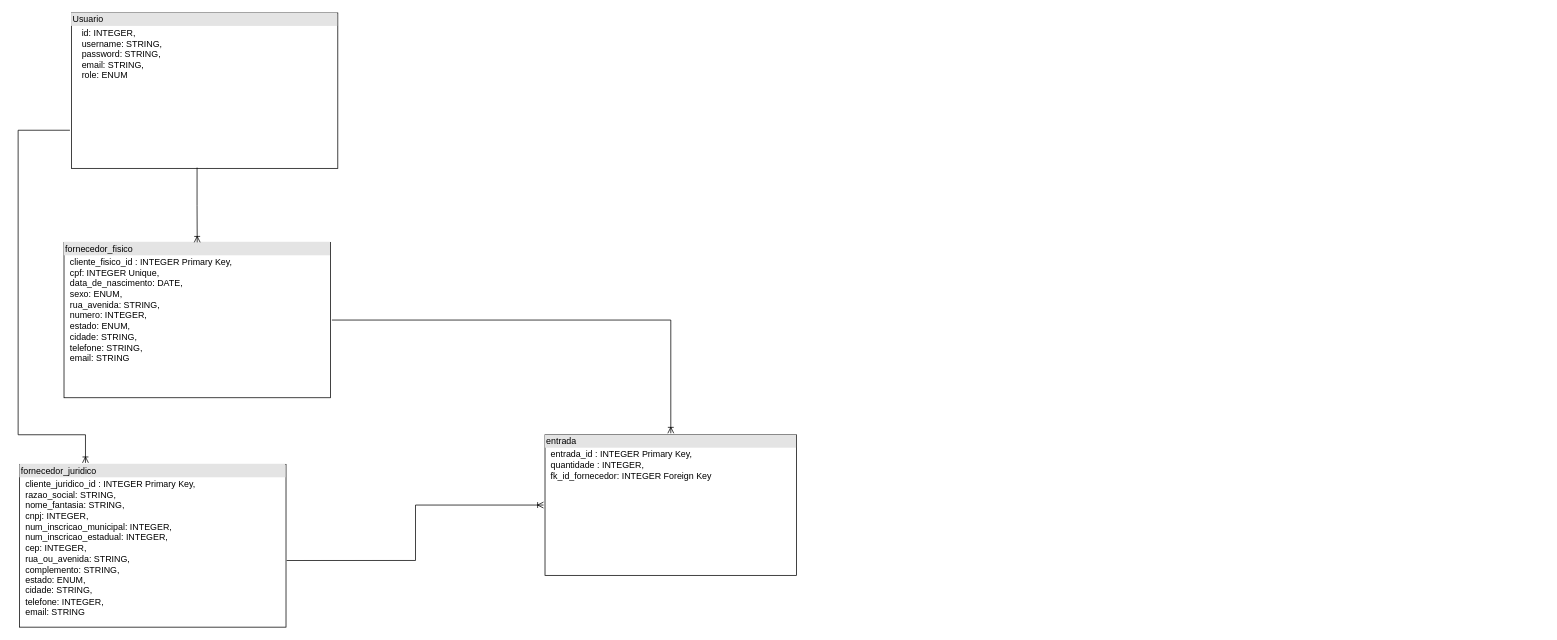
This is db.drawio.xml from Heartless-Caesar/Project_1, a draw.io file, before an edit. Source tidied: cells renumbered, new cells numbered last; positions are measured from the earlier drawing's top-left corner, leaving out a move shared by most shapes. Both pictures are drawn from the tidied source at 74%, with x=0, y=0 at pixel (18, 13).
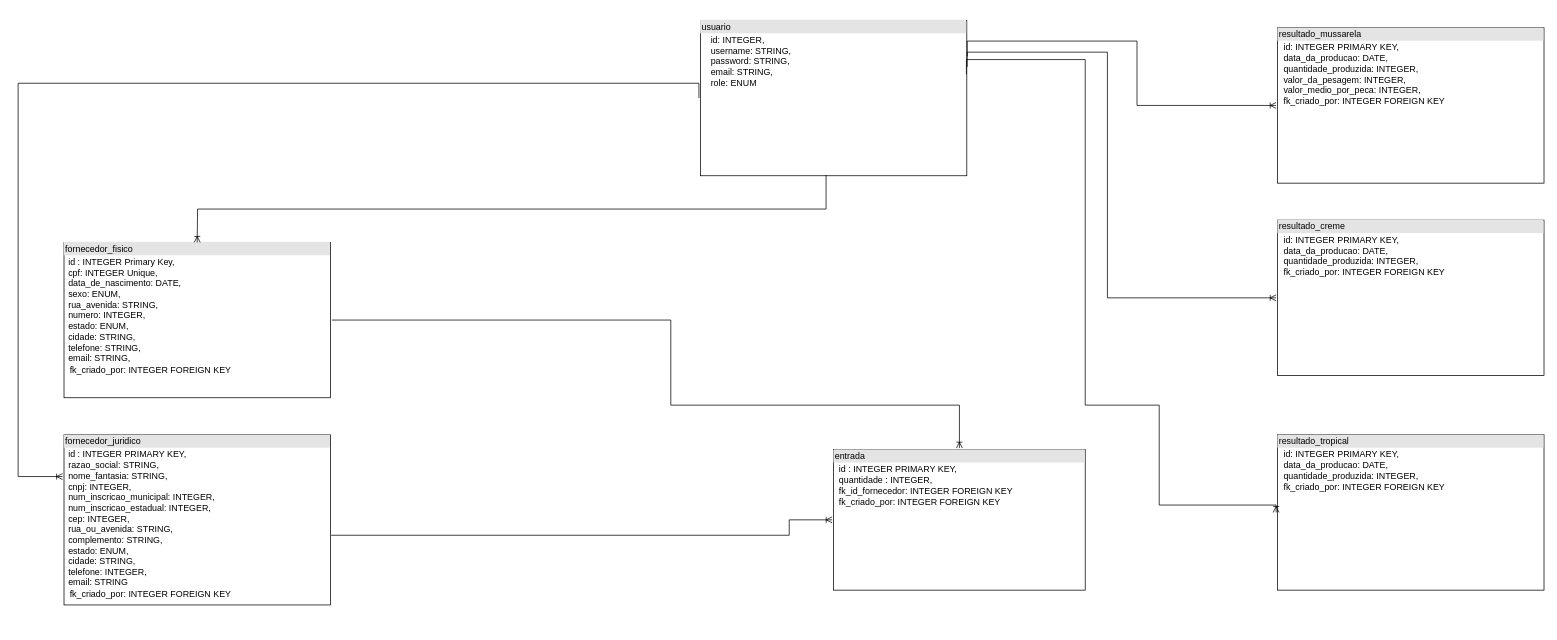
After the change.

Commit message:
Update to DB data modeling

The edit, as a diff of the source:
```diff
@@
-    <mxCell id="2" value="&lt;div style=&quot;box-sizing:border-box;width:100%;background:#e4e4e4;padding:2px;&quot;&gt;fornecedor_fisico&lt;/div&gt;&lt;table style=&quot;width:100%;font-size:1em;&quot; cellpadding=&quot;2&quot; cellspacing=&quot;0&quot;&gt;&lt;tbody&gt;&lt;tr&gt;&lt;td&gt;&lt;br&gt;&lt;/td&gt;&lt;td&gt;cliente_fisico_id : INTEGER Primary Key,&lt;br&gt;cpf: INTEGER Unique,&lt;br&gt;data_de_nascimento: DATE,&lt;br&gt;sexo: ENUM,&lt;br&gt;rua_avenida: STRING,&lt;br&gt;numero: INTEGER,&lt;br&gt;estado: ENUM,&lt;br&gt;cidade: STRING,&lt;br&gt;telefone: STRING,&lt;br&gt;email: STRING&lt;/td&gt;&lt;/tr&gt;&lt;tr&gt;&lt;td&gt;&lt;br&gt;&lt;br&gt;&lt;br&gt;&lt;br&gt;&lt;/td&gt;&lt;td&gt;&lt;/td&gt;&lt;/tr&gt;&lt;/tbody&gt;&lt;/table&gt;" style="verticalAlign=top;align=left;overflow=fill;html=1;perimeterSpacing=2;" parent="1" vertex="1">
+    <mxCell id="2" value="&lt;div style=&quot;box-sizing:border-box;width:100%;background:#e4e4e4;padding:2px;&quot;&gt;fornecedor_fisico&lt;/div&gt;&lt;table style=&quot;width:100%;font-size:1em;&quot; cellpadding=&quot;2&quot; cellspacing=&quot;0&quot;&gt;&lt;tbody&gt;&lt;tr&gt;&lt;td&gt;&lt;br&gt;&lt;/td&gt;&lt;td&gt;id : INTEGER Primary Key,&lt;br&gt;cpf: INTEGER Unique,&lt;br&gt;data_de_nascimento: DATE,&lt;br&gt;sexo: ENUM,&lt;br&gt;rua_avenida: STRING,&lt;br&gt;numero: INTEGER,&lt;br&gt;estado: ENUM,&lt;br&gt;cidade: STRING,&lt;br&gt;telefone: STRING,&lt;br&gt;email: STRING,&lt;br&gt;&lt;table style=&quot;font-size: 1em; width: 340px;&quot; cellpadding=&quot;2&quot; cellspacing=&quot;0&quot;&gt;&lt;tbody&gt;&lt;tr&gt;&lt;td&gt;fk_criado_por: INTEGER FOREIGN KEY&lt;br&gt;&lt;/td&gt;&lt;/tr&gt;&lt;tr&gt;&lt;/tr&gt;&lt;/tbody&gt;&lt;/table&gt;&lt;br&gt;&lt;br&gt;&lt;/td&gt;&lt;/tr&gt;&lt;tr&gt;&lt;td&gt;&lt;br&gt;&lt;br&gt;&lt;br&gt;&lt;br&gt;&lt;/td&gt;&lt;td&gt;&lt;/td&gt;&lt;/tr&gt;&lt;/tbody&gt;&lt;/table&gt;" style="verticalAlign=top;align=left;overflow=fill;html=1;perimeterSpacing=2;" parent="1" vertex="1">
       <mxGeometry x="62" y="310" width="360" height="210" as="geometry" />
     </mxCell>
-    <mxCell id="3" style="fontSize=12;html=1;endArrow=ERoneToMany;rounded=0;exitX=0;exitY=0.75;exitDx=0;exitDy=0;endFill=0;edgeStyle=orthogonalEdgeStyle;entryX=0.25;entryY=0;entryDx=0;entryDy=0;" parent="1" edge="1" source="8" target="4">
+    <mxCell id="3" style="fontSize=12;html=1;endArrow=ERoneToMany;rounded=0;endFill=0;edgeStyle=orthogonalEdgeStyle;entryX=0;entryY=0.25;entryDx=0;entryDy=0;exitX=0;exitY=0.5;exitDx=0;exitDy=0;" parent="1" edge="1" source="8" target="4">
       <mxGeometry relative="1" as="geometry">
         <Array as="points">
-          <mxPoint y="158" />
-          <mxPoint y="570" />
-          <mxPoint x="91" y="570" />
+          <mxPoint y="95" />
+          <mxPoint y="626" />
         </Array>
       </mxGeometry>
     </mxCell>
-    <mxCell id="4" value="&lt;div style=&quot;box-sizing:border-box;width:100%;background:#e4e4e4;padding:2px;&quot;&gt;fornecedor_juridico&lt;/div&gt;&lt;table style=&quot;width:100%;font-size:1em;&quot; cellpadding=&quot;2&quot; cellspacing=&quot;0&quot;&gt;&lt;tbody&gt;&lt;tr&gt;&lt;td&gt;&lt;br&gt;&lt;/td&gt;&lt;td&gt;cliente_juridico_id : INTEGER Primary Key,&lt;br&gt;razao_social: STRING,&lt;br&gt;nome_fantasia: STRING,&lt;br&gt;cnpj: INTEGER,&lt;br&gt;num_inscricao_municipal: INTEGER,&lt;br&gt;num_inscricao_estadual: INTEGER,&lt;br&gt;cep: INTEGER,&lt;br&gt;rua_ou_avenida: STRING,&lt;br&gt;complemento: STRING,&lt;br&gt;estado: ENUM,&lt;br&gt;cidade: STRING,&lt;br&gt;telefone: INTEGER,&lt;br&gt;email: STRING&lt;/td&gt;&lt;/tr&gt;&lt;tr&gt;&lt;td&gt;&lt;br&gt;&lt;br&gt;&lt;br&gt;&lt;br&gt;&lt;/td&gt;&lt;td&gt;&lt;/td&gt;&lt;/tr&gt;&lt;/tbody&gt;&lt;/table&gt;" style="verticalAlign=top;align=left;overflow=fill;html=1;perimeterSpacing=2;" parent="1" vertex="1">
-      <mxGeometry x="2" y="610" width="360" height="220" as="geometry" />
+    <mxCell id="4" value="&lt;div style=&quot;box-sizing:border-box;width:100%;background:#e4e4e4;padding:2px;&quot;&gt;fornecedor_juridico&lt;/div&gt;&lt;table style=&quot;width:100%;font-size:1em;&quot; cellpadding=&quot;2&quot; cellspacing=&quot;0&quot;&gt;&lt;tbody&gt;&lt;tr&gt;&lt;td&gt;&lt;br&gt;&lt;/td&gt;&lt;td&gt;id : INTEGER PRIMARY KEY,&lt;br&gt;razao_social: STRING,&lt;br&gt;nome_fantasia: STRING,&lt;br&gt;cnpj: INTEGER,&lt;br&gt;num_inscricao_municipal: INTEGER,&lt;br&gt;num_inscricao_estadual: INTEGER,&lt;br&gt;cep: INTEGER,&lt;br&gt;rua_ou_avenida: STRING,&lt;br&gt;complemento: STRING,&lt;br&gt;estado: ENUM,&lt;br&gt;cidade: STRING,&lt;br&gt;telefone: INTEGER,&lt;br&gt;email: STRING&lt;br&gt;&lt;table style=&quot;font-size: 1em; width: 340px;&quot; cellpadding=&quot;2&quot; cellspacing=&quot;0&quot;&gt;&lt;tbody&gt;&lt;tr&gt;&lt;td&gt;fk_criado_por: INTEGER FOREIGN KEY&lt;br&gt;&lt;/td&gt;&lt;/tr&gt;&lt;tr&gt;&lt;/tr&gt;&lt;/tbody&gt;&lt;/table&gt;&lt;br&gt;&lt;/td&gt;&lt;/tr&gt;&lt;tr&gt;&lt;td&gt;&lt;br&gt;&lt;br&gt;&lt;br&gt;&lt;br&gt;&lt;/td&gt;&lt;td&gt;&lt;/td&gt;&lt;/tr&gt;&lt;/tbody&gt;&lt;/table&gt;" style="verticalAlign=top;align=left;overflow=fill;html=1;perimeterSpacing=2;" parent="1" vertex="1">
+      <mxGeometry x="62" y="570" width="360" height="230" as="geometry" />
     </mxCell>
-    <mxCell id="5" value="&lt;div style=&quot;box-sizing:border-box;width:100%;background:#e4e4e4;padding:2px;&quot;&gt;entrada&lt;/div&gt;&lt;table style=&quot;width:100%;font-size:1em;&quot; cellpadding=&quot;2&quot; cellspacing=&quot;0&quot;&gt;&lt;tbody&gt;&lt;tr&gt;&lt;td&gt;&lt;br&gt;&lt;/td&gt;&lt;td&gt;entrada_id : INTEGER Primary Key,&lt;br&gt;quantidade : INTEGER,&lt;br&gt;fk_id_fornecedor: INTEGER Foreign Key&lt;/td&gt;&lt;/tr&gt;&lt;tr&gt;&lt;td&gt;&lt;br&gt;&lt;br&gt;&lt;br&gt;&lt;br&gt;&lt;/td&gt;&lt;td&gt;&lt;/td&gt;&lt;/tr&gt;&lt;/tbody&gt;&lt;/table&gt;" style="verticalAlign=top;align=left;overflow=fill;html=1;perimeterSpacing=2;" parent="1" vertex="1">
-      <mxGeometry x="712" y="570" width="340" height="190" as="geometry" />
+    <mxCell id="5" value="&lt;div style=&quot;box-sizing:border-box;width:100%;background:#e4e4e4;padding:2px;&quot;&gt;entrada&lt;/div&gt;&lt;table style=&quot;width:100%;font-size:1em;&quot; cellpadding=&quot;2&quot; cellspacing=&quot;0&quot;&gt;&lt;tbody&gt;&lt;tr&gt;&lt;td&gt;&lt;br&gt;&lt;/td&gt;&lt;td&gt;id : INTEGER PRIMARY KEY,&lt;br&gt;quantidade : INTEGER,&lt;br&gt;fk_id_fornecedor: INTEGER FOREIGN KEY&lt;br&gt;fk_criado_por: INTEGER FOREIGN KEY&lt;br&gt;&lt;/td&gt;&lt;/tr&gt;&lt;tr&gt;&lt;td&gt;&lt;br&gt;&lt;br&gt;&lt;br&gt;&lt;br&gt;&lt;/td&gt;&lt;td&gt;&lt;/td&gt;&lt;/tr&gt;&lt;/tbody&gt;&lt;/table&gt;" style="verticalAlign=top;align=left;overflow=fill;html=1;perimeterSpacing=2;" parent="1" vertex="1">
+      <mxGeometry x="1102" y="590" width="340" height="190" as="geometry" />
     </mxCell>
     <mxCell id="6" style="edgeStyle=orthogonalEdgeStyle;fontSize=12;html=1;endArrow=ERoneToMany;rounded=0;exitX=1;exitY=0.5;exitDx=0;exitDy=0;entryX=0.5;entryY=0;entryDx=0;entryDy=0;" parent="1" edge="1" source="2" target="5">
       <mxGeometry relative="1" as="geometry">
         <Array as="points">
           <mxPoint x="882" y="415" />
+          <mxPoint x="882" y="530" />
+          <mxPoint x="1272" y="530" />
         </Array>
       </mxGeometry>
     </mxCell>
     <mxCell id="7" style="edgeStyle=orthogonalEdgeStyle;fontSize=12;html=1;endArrow=ERoneToMany;rounded=0;exitX=0.997;exitY=0.589;exitDx=0;exitDy=0;exitPerimeter=0;entryX=0;entryY=0.5;entryDx=0;entryDy=0;" parent="1" edge="1" source="4" target="5">
-      <mxGeometry relative="1" as="geometry" />
+      <mxGeometry relative="1" as="geometry">
+        <Array as="points">
+          <mxPoint x="1042" y="706" />
+          <mxPoint x="1042" y="685" />
+        </Array>
+      </mxGeometry>
     </mxCell>
-    <mxCell id="8" value="&lt;div style=&quot;box-sizing:border-box;width:100%;background:#e4e4e4;padding:2px;&quot;&gt;Usuario&lt;/div&gt;&lt;table style=&quot;width:100%;font-size:1em;&quot; cellpadding=&quot;2&quot; cellspacing=&quot;0&quot;&gt;&lt;tbody&gt;&lt;tr&gt;&lt;td&gt;&lt;br&gt;&lt;/td&gt;&lt;td&gt;id: INTEGER,&lt;br&gt;username: STRING,&lt;br&gt;password: STRING,&lt;br&gt;email: STRING,&lt;br&gt;role: ENUM&lt;/td&gt;&lt;/tr&gt;&lt;tr&gt;&lt;td&gt;&lt;br&gt;&lt;br&gt;&lt;br&gt;&lt;br&gt;&lt;/td&gt;&lt;td&gt;&lt;/td&gt;&lt;/tr&gt;&lt;/tbody&gt;&lt;/table&gt;" style="verticalAlign=top;align=left;overflow=fill;html=1;perimeterSpacing=2;" parent="1" vertex="1">
-      <mxGeometry x="72" width="360" height="210" as="geometry" />
+    <mxCell id="8" value="&lt;div style=&quot;box-sizing:border-box;width:100%;background:#e4e4e4;padding:2px;&quot;&gt;usuario&lt;/div&gt;&lt;table style=&quot;width:100%;font-size:1em;&quot; cellpadding=&quot;2&quot; cellspacing=&quot;0&quot;&gt;&lt;tbody&gt;&lt;tr&gt;&lt;td&gt;&lt;br&gt;&lt;/td&gt;&lt;td&gt;id: INTEGER,&lt;br&gt;username: STRING,&lt;br&gt;password: STRING,&lt;br&gt;email: STRING,&lt;br&gt;role: ENUM&lt;/td&gt;&lt;/tr&gt;&lt;tr&gt;&lt;td&gt;&lt;br&gt;&lt;br&gt;&lt;br&gt;&lt;br&gt;&lt;/td&gt;&lt;td&gt;&lt;/td&gt;&lt;/tr&gt;&lt;/tbody&gt;&lt;/table&gt;" style="verticalAlign=top;align=left;overflow=fill;html=1;perimeterSpacing=2;" parent="1" vertex="1">
+      <mxGeometry x="922" y="10" width="360" height="210" as="geometry" />
     </mxCell>
@@
+    <mxCell id="10" value="&lt;div style=&quot;box-sizing:border-box;width:100%;background:#e4e4e4;padding:2px;&quot;&gt;resultado_mussarela&lt;/div&gt;&lt;table style=&quot;width:100%;font-size:1em;&quot; cellpadding=&quot;2&quot; cellspacing=&quot;0&quot;&gt;&lt;tbody&gt;&lt;tr&gt;&lt;td&gt;&lt;br&gt;&lt;/td&gt;&lt;td&gt;id: INTEGER PRIMARY KEY,&lt;br&gt;data_da_producao: DATE,&lt;br&gt;quantidade_produzida: INTEGER,&lt;br&gt;valor_da_pesagem: INTEGER,&lt;br&gt;valor_medio_por_peca: INTEGER,&lt;br&gt;fk_criado_por: INTEGER FOREIGN KEY&lt;/td&gt;&lt;/tr&gt;&lt;tr&gt;&lt;td&gt;&lt;br&gt;&lt;br&gt;&lt;br&gt;&lt;br&gt;&lt;/td&gt;&lt;td&gt;&lt;/td&gt;&lt;/tr&gt;&lt;/tbody&gt;&lt;/table&gt;" style="verticalAlign=top;align=left;overflow=fill;html=1;perimeterSpacing=2;" parent="1" vertex="1">
+      <mxGeometry x="1702" y="20" width="360" height="210" as="geometry" />
+    </mxCell>
+    <mxCell id="11" value="&lt;div style=&quot;box-sizing:border-box;width:100%;background:#e4e4e4;padding:2px;&quot;&gt;resultado_tropical&lt;/div&gt;&lt;table style=&quot;width:100%;font-size:1em;&quot; cellpadding=&quot;2&quot; cellspacing=&quot;0&quot;&gt;&lt;tbody&gt;&lt;tr&gt;&lt;td&gt;&lt;br&gt;&lt;/td&gt;&lt;td&gt;id: INTEGER PRIMARY KEY,&lt;br&gt;data_da_producao: DATE,&lt;br&gt;quantidade_produzida: INTEGER,&lt;br&gt;fk_criado_por: INTEGER FOREIGN KEY&lt;br&gt;&lt;/td&gt;&lt;/tr&gt;&lt;tr&gt;&lt;td&gt;&lt;br&gt;&lt;br&gt;&lt;br&gt;&lt;br&gt;&lt;/td&gt;&lt;td&gt;&lt;/td&gt;&lt;/tr&gt;&lt;/tbody&gt;&lt;/table&gt;" style="verticalAlign=top;align=left;overflow=fill;html=1;perimeterSpacing=2;" parent="1" vertex="1">
+      <mxGeometry x="1702" y="570" width="360" height="210" as="geometry" />
+    </mxCell>
+    <mxCell id="12" value="&lt;div style=&quot;box-sizing:border-box;width:100%;background:#e4e4e4;padding:2px;&quot;&gt;resultado_creme&lt;/div&gt;&lt;table style=&quot;width:100%;font-size:1em;&quot; cellpadding=&quot;2&quot; cellspacing=&quot;0&quot;&gt;&lt;tbody&gt;&lt;tr&gt;&lt;td&gt;&lt;br&gt;&lt;/td&gt;&lt;td&gt;id: INTEGER PRIMARY KEY,&lt;br&gt;data_da_producao: DATE,&lt;br&gt;quantidade_produzida: INTEGER,&lt;br&gt;fk_criado_por: INTEGER FOREIGN KEY&lt;br&gt;&lt;/td&gt;&lt;/tr&gt;&lt;tr&gt;&lt;td&gt;&lt;br&gt;&lt;br&gt;&lt;br&gt;&lt;br&gt;&lt;/td&gt;&lt;td&gt;&lt;/td&gt;&lt;/tr&gt;&lt;/tbody&gt;&lt;/table&gt;" style="verticalAlign=top;align=left;overflow=fill;html=1;perimeterSpacing=2;" parent="1" vertex="1">
+      <mxGeometry x="1702" y="280" width="360" height="210" as="geometry" />
+    </mxCell>
+    <mxCell id="13" style="fontSize=12;html=1;endArrow=ERoneToMany;rounded=0;endFill=0;edgeStyle=orthogonalEdgeStyle;entryX=0;entryY=0.5;entryDx=0;entryDy=0;exitX=0.996;exitY=0.236;exitDx=0;exitDy=0;exitPerimeter=0;" parent="1" edge="1" source="8" target="10">
+      <mxGeometry relative="1" as="geometry">
+        <Array as="points">
+          <mxPoint x="1512" y="38" />
+          <mxPoint x="1512" y="125" />
+        </Array>
+      </mxGeometry>
+    </mxCell>
+    <mxCell id="14" style="fontSize=12;html=1;endArrow=ERoneToMany;rounded=0;endFill=0;edgeStyle=orthogonalEdgeStyle;entryX=0;entryY=0.5;entryDx=0;entryDy=0;exitX=0.996;exitY=0.303;exitDx=0;exitDy=0;exitPerimeter=0;" parent="1" edge="1" source="8" target="12">
+      <mxGeometry relative="1" as="geometry">
+        <Array as="points">
+          <mxPoint x="1472" y="53" />
+          <mxPoint x="1472" y="385" />
+        </Array>
+      </mxGeometry>
+    </mxCell>
+    <mxCell id="15" style="fontSize=12;html=1;endArrow=ERoneToMany;rounded=0;endFill=0;edgeStyle=orthogonalEdgeStyle;entryX=0;entryY=0.5;entryDx=0;entryDy=0;exitX=0.993;exitY=0.35;exitDx=0;exitDy=0;exitPerimeter=0;" parent="1" edge="1" source="8" target="11">
+      <mxGeometry relative="1" as="geometry">
+        <Array as="points">
+          <mxPoint x="1442" y="63" />
+          <mxPoint x="1442" y="530" />
+          <mxPoint x="1542" y="530" />
+          <mxPoint x="1542" y="665" />
+        </Array>
+      </mxGeometry>
+    </mxCell>
```
